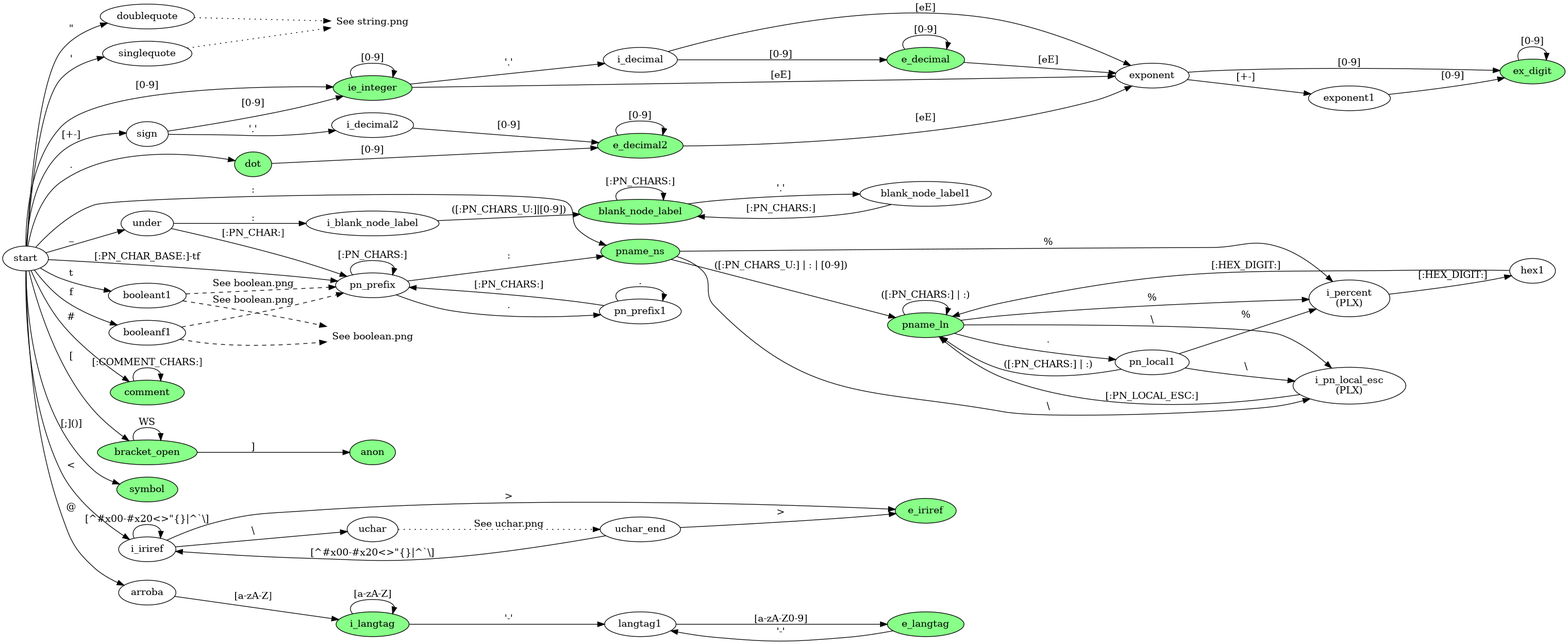
Earlier version of the Graphviz export design/automata.png (cnngimenez/SeA-turtle). Its source is kept beside it as design/automata.dot.
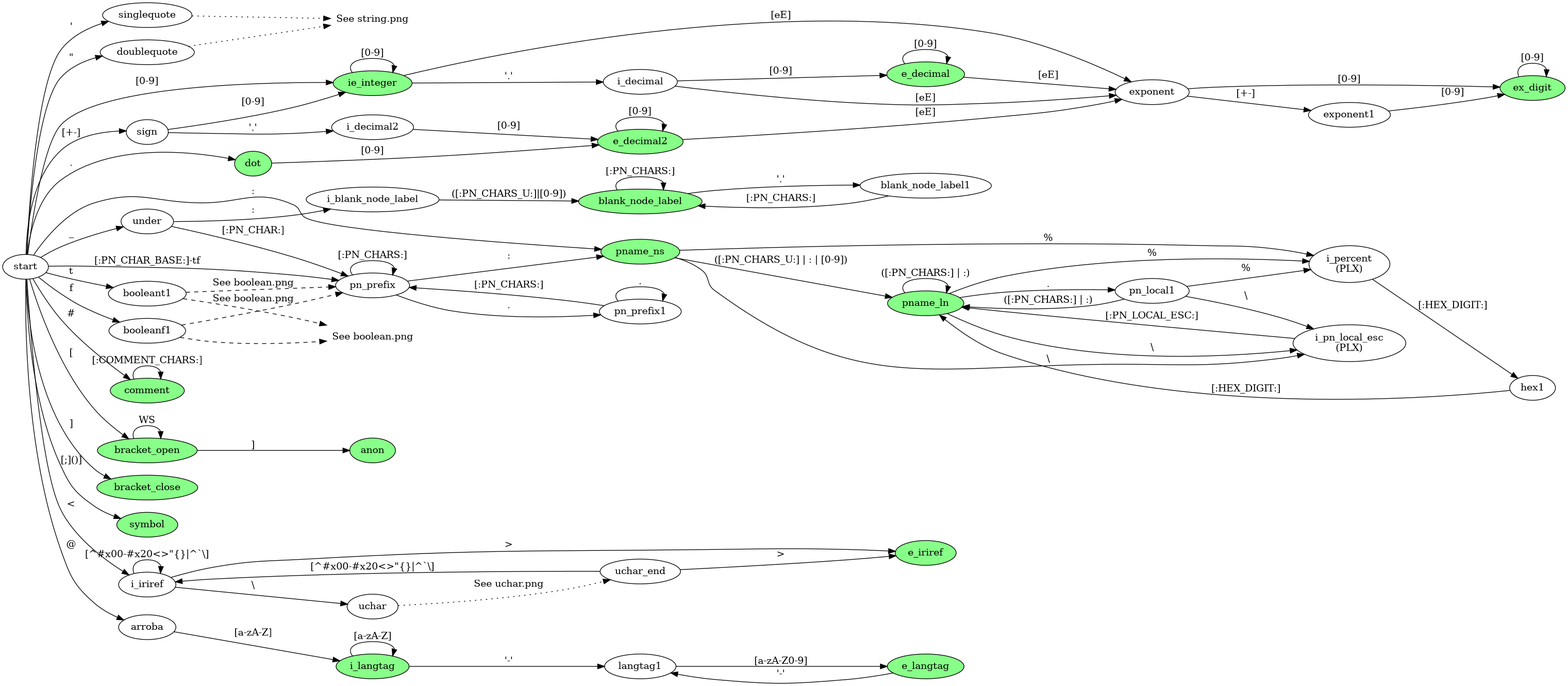
After the change.

Commit message:
Adding missing state to automata: recognize "]".

The edit, as a diff of the source:
```diff
@@ -24,6 +24,7 @@
         comment [style=filled, fillcolor="#88ff88"];
         dot [style=filled, fillcolor="#88ff88"];
         bracket_open [style=filled, fillcolor="#88ff88"];
+	bracket_close [style=filled, fillcolor="#88ff88"];
         symbol [style=filled, fillcolor="#88ff88"];
 
         i_percent [label="i_percent\n(PLX)"];
@@ -138,5 +139,7 @@
         bracket_open -> bracket_open [label="WS"];
         bracket_open -> anon [label="]"];
 
+	start -> bracket_close [label="]"];
+
         start -> symbol [label="[;]()]"];
 }
```
